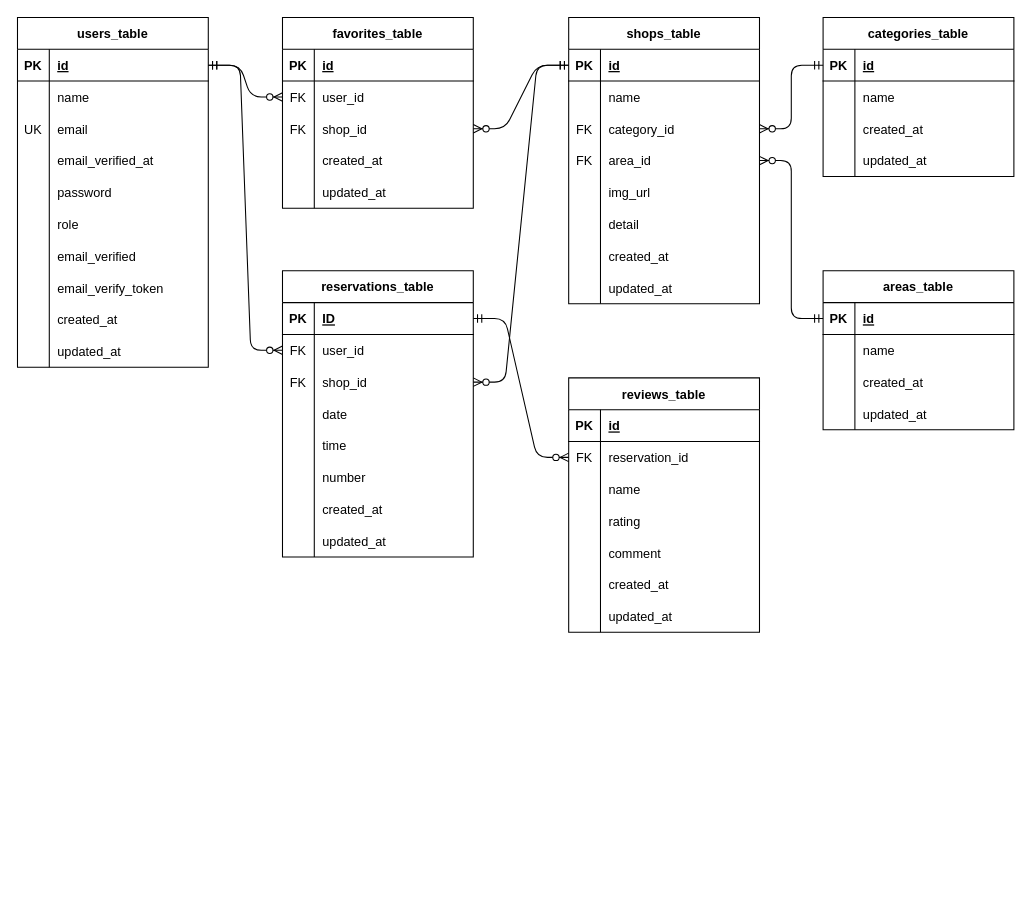
This is .drawio from nan888999/rese, a draw.io file, before an edit. Source tidied: cells renumbered, new cells numbered last; positions are measured from the earlier drawing's top-left corner, leaving out a move shared by most shapes. Both pictures are drawn from the tidied source at 106%, with x=0, y=0 at pixel (17, 17).
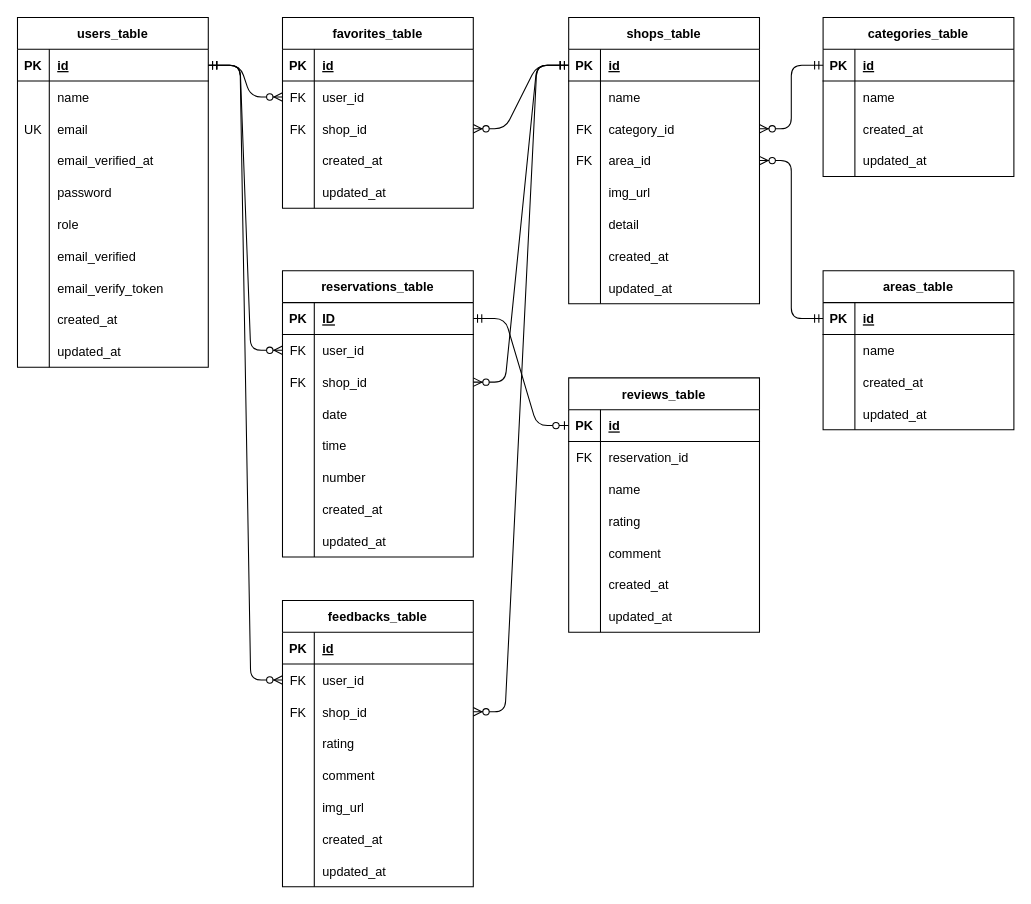
The same page after the edit.

The change refers to these unchanged cells:
```xml
<mxCell id="3" style="shape=tableRow;horizontal=0;startSize=0;swimlaneHead=0;swimlaneBody=0;fillColor=none;points=[[0,0.5],[1,0.5]];portConstraint=eastwest;top=0;left=0;right=0;bottom=1;" parent="2" vertex="1">
  <mxGeometry y="30" width="180" height="30" as="geometry" />
</mxCell>
<mxCell id="34" style="shape=tableRow;horizontal=0;startSize=0;swimlaneHead=0;swimlaneBody=0;fillColor=none;points=[[0,0.5],[1,0.5]];portConstraint=eastwest;top=0;left=0;right=0;bottom=1;" parent="33" vertex="1">
  <mxGeometry y="30" width="180" height="30" as="geometry" />
</mxCell>
<mxCell id="77" style="shape=tableRow;horizontal=0;startSize=0;swimlaneHead=0;swimlaneBody=0;fillColor=none;points=[[0,0.5],[1,0.5]];portConstraint=eastwest;top=0;left=0;right=0;bottom=1;" parent="76" vertex="1">
  <mxGeometry y="30" width="180" height="30" as="geometry" />
</mxCell>
<mxCell id="132" style="shape=tableRow;horizontal=0;startSize=0;swimlaneHead=0;swimlaneBody=0;fillColor=none;points=[[0,0.5],[1,0.5]];portConstraint=eastwest;top=0;left=0;right=0;bottom=1;" parent="131" vertex="1">
  <mxGeometry y="30" width="180" height="30" as="geometry" />
</mxCell>
<mxCell id="135" style="shape=tableRow;horizontal=0;startSize=0;swimlaneHead=0;swimlaneBody=0;fillColor=none;points=[[0,0.5],[1,0.5]];portConstraint=eastwest;top=0;left=0;right=0;bottom=0;" parent="131" vertex="1">
  <mxGeometry y="60" width="180" height="30" as="geometry" />
</mxCell>
```

Diff of the diagram source:
```diff
@@
-    <mxCell id="153" style="edgeStyle=entityRelationEdgeStyle;fontSize=12;html=1;endArrow=ERzeroToMany;startArrow=ERmandOne;exitX=1;exitY=0.5;exitDx=0;exitDy=0;entryX=0;entryY=0.5;entryDx=0;entryDy=0;" parent="1" edge="1" source="77" target="135">
-      <mxGeometry relative="1" as="geometry" />
-    </mxCell>
+    <mxCell id="154" style="edgeStyle=entityRelationEdgeStyle;fontSize=12;html=1;endArrow=ERzeroToOne;startArrow=ERmandOne;entryX=0;entryY=0.5;entryDx=0;entryDy=0;exitX=1;exitY=0.5;exitDx=0;exitDy=0;" parent="1" edge="1" source="77" target="132">
+      <mxGeometry relative="1" as="geometry" />
+    </mxCell>
+    <mxCell id="155" value="feedbacks_table" style="shape=table;startSize=30;childLayout=tableLayout;rowLines=0;fontStyle=1;align=center;" parent="1" vertex="1">
+      <mxGeometry x="250" y="550" width="180" height="270" as="geometry" />
+    </mxCell>
+    <mxCell id="156" style="shape=tableRow;horizontal=0;startSize=0;swimlaneHead=0;swimlaneBody=0;fillColor=none;top=0;left=0;right=0;bottom=1;" parent="155" vertex="1">
+      <mxGeometry y="30" width="180" height="30" as="geometry" />
+    </mxCell>
+    <mxCell id="157" value="PK" style="shape=partialRectangle;fillColor=none;top=0;left=0;bottom=0;right=0;fontStyle=1;overflow=hidden;" parent="156" vertex="1">
+      <mxGeometry width="30" height="30" as="geometry" />
+    </mxCell>
+    <mxCell id="158" value="id" style="shape=partialRectangle;fillColor=none;top=0;left=0;bottom=0;right=0;align=left;spacingLeft=6;fontStyle=5;overflow=hidden;" parent="156" vertex="1">
+      <mxGeometry x="30" width="150" height="30" as="geometry" />
+    </mxCell>
+    <mxCell id="159" style="shape=tableRow;horizontal=0;startSize=0;swimlaneHead=0;swimlaneBody=0;fillColor=none;points=[[0,0.5],[1,0.5]];portConstraint=eastwest;top=0;left=0;right=0;bottom=0;" parent="155" vertex="1">
+      <mxGeometry y="60" width="180" height="30" as="geometry" />
+    </mxCell>
+    <mxCell id="160" value="FK" style="shape=partialRectangle;fillColor=none;top=0;left=0;bottom=0;right=0;overflow=hidden;" parent="159" vertex="1">
+      <mxGeometry width="30" height="30" as="geometry" />
+    </mxCell>
+    <mxCell id="161" value="user_id" style="shape=partialRectangle;fillColor=none;top=0;left=0;bottom=0;right=0;align=left;spacingLeft=6;overflow=hidden;" parent="159" vertex="1">
+      <mxGeometry x="30" width="150" height="30" as="geometry" />
+    </mxCell>
+    <mxCell id="162" style="shape=tableRow;horizontal=0;startSize=0;swimlaneHead=0;swimlaneBody=0;fillColor=none;points=[[0,0.5],[1,0.5]];portConstraint=eastwest;top=0;left=0;right=0;bottom=0;" parent="155" vertex="1">
+      <mxGeometry y="90" width="180" height="30" as="geometry" />
+    </mxCell>
+    <mxCell id="163" value="FK" style="shape=partialRectangle;fillColor=none;top=0;left=0;bottom=0;right=0;overflow=hidden;" parent="162" vertex="1">
+      <mxGeometry width="30" height="30" as="geometry" />
+    </mxCell>
+    <mxCell id="164" value="shop_id" style="shape=partialRectangle;fillColor=none;top=0;left=0;bottom=0;right=0;align=left;spacingLeft=6;overflow=hidden;" parent="162" vertex="1">
+      <mxGeometry x="30" width="150" height="30" as="geometry" />
+    </mxCell>
+    <mxCell id="165" style="shape=tableRow;horizontal=0;startSize=0;swimlaneHead=0;swimlaneBody=0;fillColor=none;top=0;left=0;right=0;bottom=0;" parent="155" vertex="1">
+      <mxGeometry y="120" width="180" height="30" as="geometry" />
+    </mxCell>
+    <mxCell id="166" style="shape=partialRectangle;fillColor=none;top=0;left=0;bottom=0;right=0;overflow=hidden;" parent="165" vertex="1">
+      <mxGeometry width="30" height="30" as="geometry" />
+    </mxCell>
+    <mxCell id="167" value="rating" style="shape=partialRectangle;fillColor=none;top=0;left=0;bottom=0;right=0;align=left;spacingLeft=6;overflow=hidden;" parent="165" vertex="1">
+      <mxGeometry x="30" width="150" height="30" as="geometry" />
+    </mxCell>
+    <mxCell id="168" style="shape=tableRow;horizontal=0;startSize=0;swimlaneHead=0;swimlaneBody=0;fillColor=none;top=0;left=0;right=0;bottom=0;" parent="155" vertex="1">
+      <mxGeometry y="150" width="180" height="30" as="geometry" />
+    </mxCell>
+    <mxCell id="169" style="shape=partialRectangle;fillColor=none;top=0;left=0;bottom=0;right=0;overflow=hidden;" parent="168" vertex="1">
+      <mxGeometry width="30" height="30" as="geometry" />
+    </mxCell>
+    <mxCell id="170" value="comment" style="shape=partialRectangle;fillColor=none;top=0;left=0;bottom=0;right=0;align=left;spacingLeft=6;overflow=hidden;" parent="168" vertex="1">
+      <mxGeometry x="30" width="150" height="30" as="geometry" />
+    </mxCell>
+    <mxCell id="171" style="shape=tableRow;horizontal=0;startSize=0;swimlaneHead=0;swimlaneBody=0;fillColor=none;top=0;left=0;right=0;bottom=0;" parent="155" vertex="1">
+      <mxGeometry y="180" width="180" height="30" as="geometry" />
+    </mxCell>
+    <mxCell id="172" style="shape=partialRectangle;fillColor=none;top=0;left=0;bottom=0;right=0;overflow=hidden;" parent="171" vertex="1">
+      <mxGeometry width="30" height="30" as="geometry" />
+    </mxCell>
+    <mxCell id="173" value="img_url" style="shape=partialRectangle;fillColor=none;top=0;left=0;bottom=0;right=0;align=left;spacingLeft=6;overflow=hidden;" parent="171" vertex="1">
+      <mxGeometry x="30" width="150" height="30" as="geometry" />
+    </mxCell>
+    <mxCell id="174" style="shape=tableRow;horizontal=0;startSize=0;swimlaneHead=0;swimlaneBody=0;fillColor=none;top=0;left=0;right=0;bottom=0;" parent="155" vertex="1">
+      <mxGeometry y="210" width="180" height="30" as="geometry" />
+    </mxCell>
+    <mxCell id="175" style="shape=partialRectangle;fillColor=none;top=0;left=0;bottom=0;right=0;overflow=hidden;" parent="174" vertex="1">
+      <mxGeometry width="30" height="30" as="geometry" />
+    </mxCell>
+    <mxCell id="176" value="created_at" style="shape=partialRectangle;fillColor=none;top=0;left=0;bottom=0;right=0;align=left;spacingLeft=6;overflow=hidden;" parent="174" vertex="1">
+      <mxGeometry x="30" width="150" height="30" as="geometry" />
+    </mxCell>
+    <mxCell id="177" style="shape=tableRow;horizontal=0;startSize=0;swimlaneHead=0;swimlaneBody=0;fillColor=none;top=0;left=0;right=0;bottom=0;" parent="155" vertex="1">
+      <mxGeometry y="240" width="180" height="30" as="geometry" />
+    </mxCell>
+    <mxCell id="178" style="shape=partialRectangle;fillColor=none;top=0;left=0;bottom=0;right=0;overflow=hidden;" parent="177" vertex="1">
+      <mxGeometry width="30" height="30" as="geometry" />
+    </mxCell>
+    <mxCell id="179" value="updated_at" style="shape=partialRectangle;fillColor=none;top=0;left=0;bottom=0;right=0;align=left;spacingLeft=6;overflow=hidden;" parent="177" vertex="1">
+      <mxGeometry x="30" width="150" height="30" as="geometry" />
+    </mxCell>
+    <mxCell id="180" style="edgeStyle=entityRelationEdgeStyle;fontSize=12;html=1;endArrow=ERzeroToMany;startArrow=ERmandOne;entryX=0;entryY=0.5;entryDx=0;entryDy=0;exitX=1;exitY=0.5;exitDx=0;exitDy=0;" parent="1" edge="1" source="3" target="159">
+      <mxGeometry relative="1" as="geometry" />
+    </mxCell>
+    <mxCell id="181" style="edgeStyle=entityRelationEdgeStyle;fontSize=12;html=1;endArrow=ERzeroToMany;startArrow=ERmandOne;entryX=1;entryY=0.5;entryDx=0;entryDy=0;exitX=0;exitY=0.5;exitDx=0;exitDy=0;" parent="1" edge="1" source="34" target="162">
+      <mxGeometry relative="1" as="geometry" />
+    </mxCell>
```
